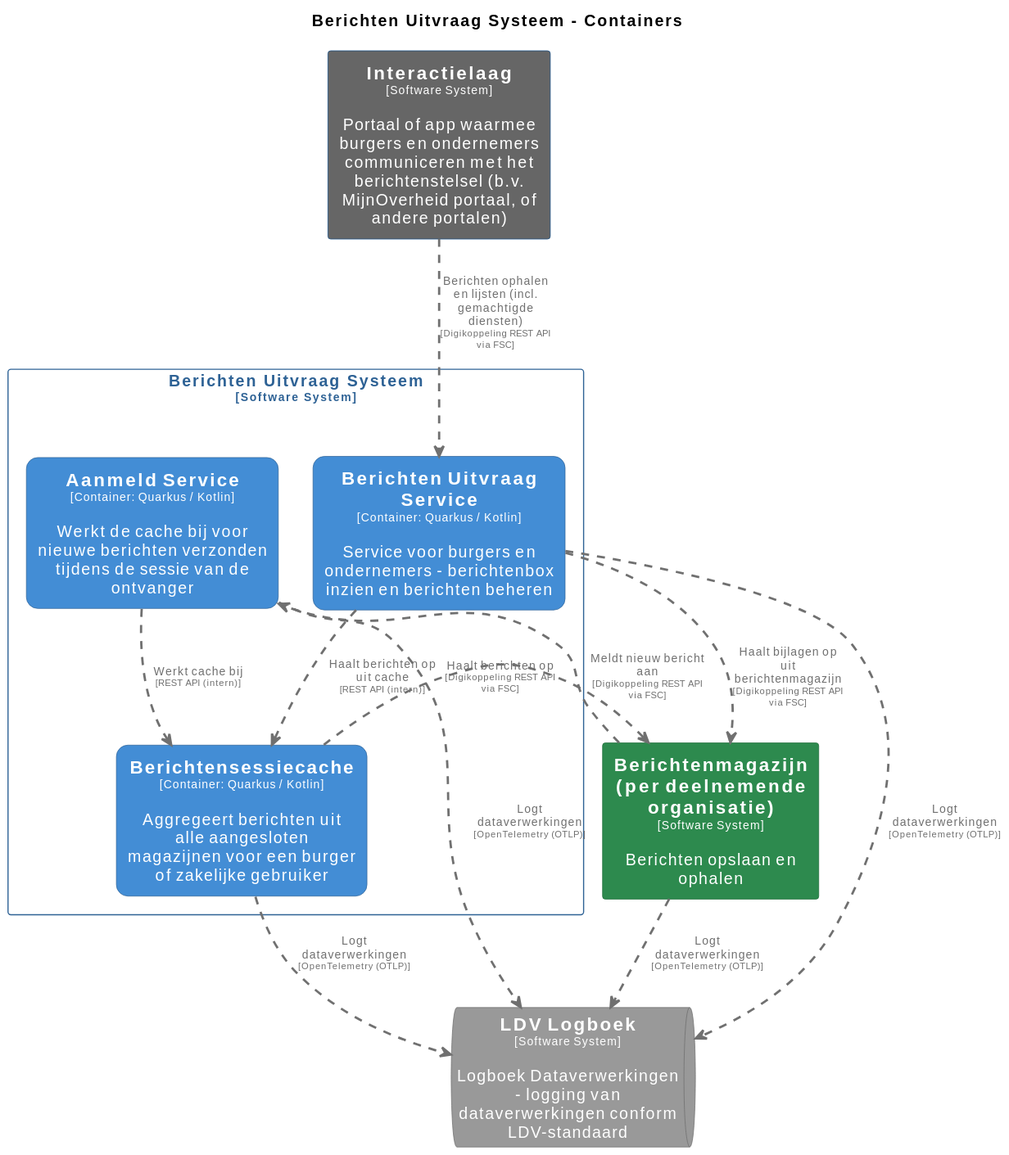
The PlantUML diagram pr-preview/pr-22/master/svg/BerichtenUitvraagSysteemContainers.svg in MinBZK/moza-poc-fbs-berichtenbox, before a commit. Its source is kept beside it as pr-preview/pr-22/master/puml/BerichtenUitvraagSysteemContainers.puml. Source of this version:
```plantuml
@startuml
set separator none
title Berichten Uitvraag Systeem - Containers

top to bottom direction
skinparam ranksep 60
skinparam nodesep 30

skinparam {
  arrowFontSize 10
  defaultTextAlignment center
  wrapWidth 200
  maxMessageSize 100
}

hide stereotype

skinparam rectangle<<BerichtenUitvraagSysteem.AanmeldService>> {
  BackgroundColor #438dd5
  FontColor #ffffff
  BorderColor #2e6295
  roundCorner 20
  shadowing false
}
skinparam rectangle<<BerichtenUitvraagSysteem.BerichtenUitvraagService>> {
  BackgroundColor #438dd5
  FontColor #ffffff
  BorderColor #2e6295
  roundCorner 20
  shadowing false
}
skinparam rectangle<<Berichtenmagazijnperdeelnemendeorganisatie>> {
  BackgroundColor #2d8a4e
  FontColor #ffffff
  BorderColor #1e6b38
  shadowing false
}
skinparam rectangle<<BerichtenUitvraagSysteem.Berichtensessiecache>> {
  BackgroundColor #438dd5
  FontColor #ffffff
  BorderColor #2e6295
  roundCorner 20
  shadowing false
}
skinparam rectangle<<Interactielaag>> {
  BackgroundColor #666666
  FontColor #ffffff
  BorderColor #0b4884
  shadowing false
}
skinparam queue<<LDVLogboek>> {
  BackgroundColor #999999
  FontColor #ffffff
  BorderColor #6b6b6b
  shadowing false
}
skinparam rectangle<<BerichtenUitvraagSysteem>> {
  BorderColor #2e6295
  FontColor #2e6295
  shadowing false
}

rectangle "==Interactielaag\n<size:10>[Software System]</size>\n\nPortaal of app waarmee burgers en ondernemers communiceren met het berichtenstelsel (b.v. MijnOverheid portaal, of andere portalen)" <<Interactielaag>> as Interactielaag
rectangle "==Berichtenmagazijn (per deelnemende organisatie)\n<size:10>[Software System]</size>\n\nBerichten opslaan en ophalen" <<Berichtenmagazijnperdeelnemendeorganisatie>> as Berichtenmagazijnperdeelnemendeorganisatie
queue "==LDV Logboek\n<size:10>[Software System]</size>\n\nLogboek Dataverwerkingen - logging van dataverwerkingen conform LDV-standaard" <<LDVLogboek>> as LDVLogboek

rectangle "Berichten Uitvraag Systeem\n<size:10>[Software System]</size>" <<BerichtenUitvraagSysteem>> {
  rectangle "==Berichtensessiecache\n<size:10>[Container: Quarkus / Kotlin]</size>\n\nAggregeert berichten uit alle aangesloten magazijnen voor een burger of zakelijke gebruiker" <<BerichtenUitvraagSysteem.Berichtensessiecache>> as BerichtenUitvraagSysteem.Berichtensessiecache
  rectangle "==Berichten Uitvraag Service\n<size:10>[Container: Quarkus / Kotlin]</size>\n\nService voor burgers en ondernemers - berichtenbox inzien en berichten beheren" <<BerichtenUitvraagSysteem.BerichtenUitvraagService>> as BerichtenUitvraagSysteem.BerichtenUitvraagService
  rectangle "==Aanmeld Service\n<size:10>[Container: Quarkus / Kotlin]</size>\n\nWerkt de cache bij voor nieuwe berichten verzonden tijdens de sessie van de ontvanger" <<BerichtenUitvraagSysteem.AanmeldService>> as BerichtenUitvraagSysteem.AanmeldService
}

Berichtenmagazijnperdeelnemendeorganisatie .[#707070,thickness=2].> LDVLogboek : "<color:#707070>Logt dataverwerkingen\n<color:#707070><size:8>[OpenTelemetry (OTLP)]</size>"
BerichtenUitvraagSysteem.Berichtensessiecache .[#707070,thickness=2].> LDVLogboek : "<color:#707070>Logt dataverwerkingen\n<color:#707070><size:8>[OpenTelemetry (OTLP)]</size>"
BerichtenUitvraagSysteem.AanmeldService .[#707070,thickness=2].> LDVLogboek : "<color:#707070>Logt dataverwerkingen\n<color:#707070><size:8>[OpenTelemetry (OTLP)]</size>"
BerichtenUitvraagSysteem.BerichtenUitvraagService .[#707070,thickness=2].> LDVLogboek : "<color:#707070>Logt dataverwerkingen\n<color:#707070><size:8>[OpenTelemetry (OTLP)]</size>"
BerichtenUitvraagSysteem.AanmeldService .[#707070,thickness=2].> BerichtenUitvraagSysteem.Berichtensessiecache : "<color:#707070>Werkt cache bij\n<color:#707070><size:8>[REST API (intern)]</size>"
BerichtenUitvraagSysteem.BerichtenUitvraagService .[#707070,thickness=2].> BerichtenUitvraagSysteem.Berichtensessiecache : "<color:#707070>Haalt berichten op uit cache\n<color:#707070><size:8>[REST API (intern)]</size>"
Interactielaag .[#707070,thickness=2].> BerichtenUitvraagSysteem.BerichtenUitvraagService : "<color:#707070>Berichten ophalen en lijsten (incl. gemachtigde diensten)\n<color:#707070><size:8>[Digikoppeling REST API via FSC]</size>"
BerichtenUitvraagSysteem.BerichtenUitvraagService .[#707070,thickness=2].> Berichtenmagazijnperdeelnemendeorganisatie : "<color:#707070>Haalt bijlagen op uit berichtenmagazijn\n<color:#707070><size:8>[Digikoppeling REST API via FSC]</size>"
Berichtenmagazijnperdeelnemendeorganisatie .[#707070,thickness=2].> BerichtenUitvraagSysteem.AanmeldService : "<color:#707070>Meldt nieuw bericht aan\n<color:#707070><size:8>[Digikoppeling REST API via FSC]</size>"
BerichtenUitvraagSysteem.Berichtensessiecache .[#707070,thickness=2].> Berichtenmagazijnperdeelnemendeorganisatie : "<color:#707070>Haalt berichten op\n<color:#707070><size:8>[Digikoppeling REST API via FSC]</size>"
@enduml
```
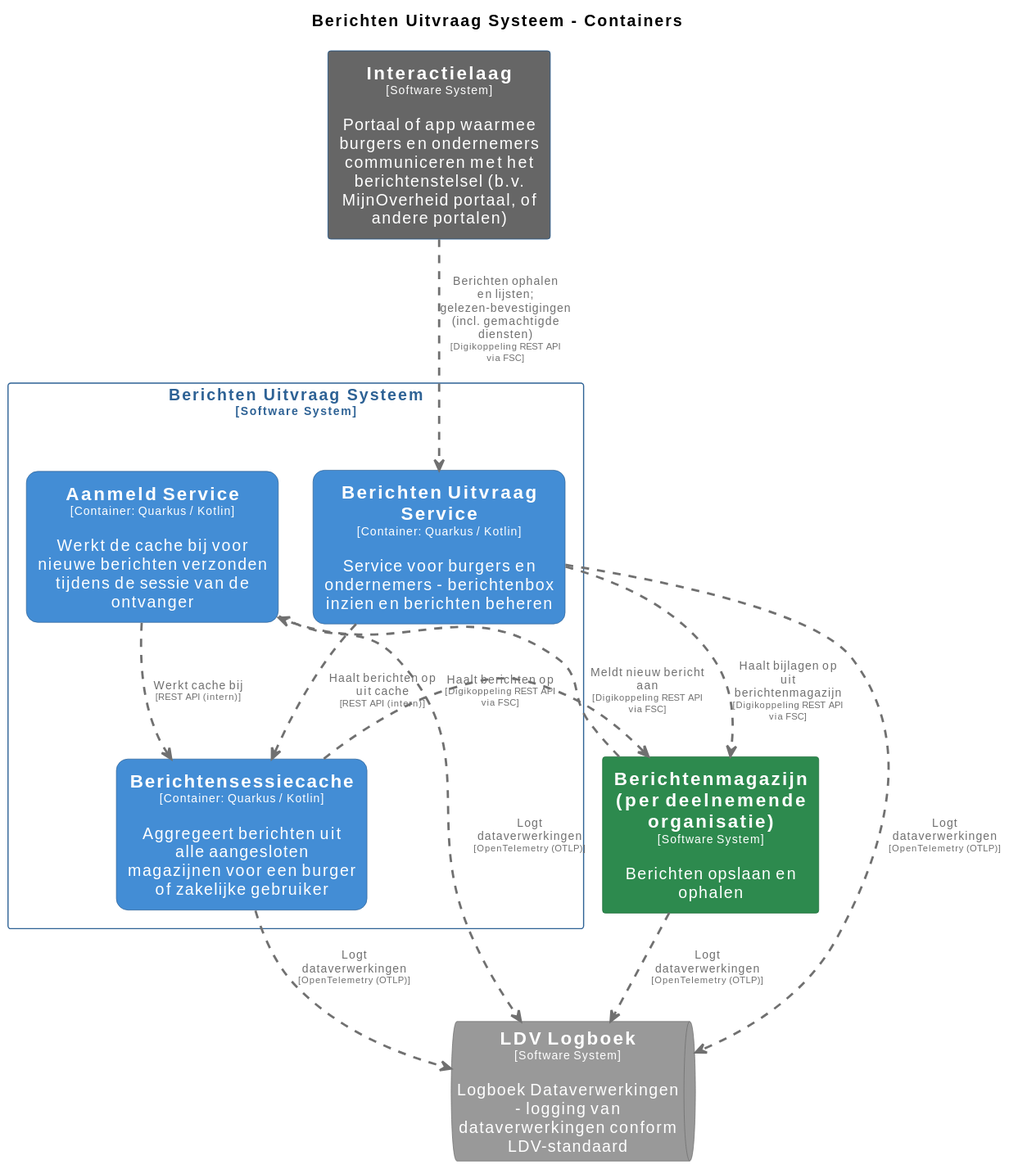
Later version of the same file.

The edit, as a diff of the source:
```diff
@@ -76,7 +76,7 @@
 BerichtenUitvraagSysteem.BerichtenUitvraagService .[#707070,thickness=2].> LDVLogboek : "<color:#707070>Logt dataverwerkingen\n<color:#707070><size:8>[OpenTelemetry (OTLP)]</size>"
 BerichtenUitvraagSysteem.AanmeldService .[#707070,thickness=2].> BerichtenUitvraagSysteem.Berichtensessiecache : "<color:#707070>Werkt cache bij\n<color:#707070><size:8>[REST API (intern)]</size>"
 BerichtenUitvraagSysteem.BerichtenUitvraagService .[#707070,thickness=2].> BerichtenUitvraagSysteem.Berichtensessiecache : "<color:#707070>Haalt berichten op uit cache\n<color:#707070><size:8>[REST API (intern)]</size>"
-Interactielaag .[#707070,thickness=2].> BerichtenUitvraagSysteem.BerichtenUitvraagService : "<color:#707070>Berichten ophalen en lijsten (incl. gemachtigde diensten)\n<color:#707070><size:8>[Digikoppeling REST API via FSC]</size>"
+Interactielaag .[#707070,thickness=2].> BerichtenUitvraagSysteem.BerichtenUitvraagService : "<color:#707070>Berichten ophalen en lijsten; gelezen-bevestigingen (incl. gemachtigde diensten)\n<color:#707070><size:8>[Digikoppeling REST API via FSC]</size>"
 BerichtenUitvraagSysteem.BerichtenUitvraagService .[#707070,thickness=2].> Berichtenmagazijnperdeelnemendeorganisatie : "<color:#707070>Haalt bijlagen op uit berichtenmagazijn\n<color:#707070><size:8>[Digikoppeling REST API via FSC]</size>"
 Berichtenmagazijnperdeelnemendeorganisatie .[#707070,thickness=2].> BerichtenUitvraagSysteem.AanmeldService : "<color:#707070>Meldt nieuw bericht aan\n<color:#707070><size:8>[Digikoppeling REST API via FSC]</size>"
 BerichtenUitvraagSysteem.Berichtensessiecache .[#707070,thickness=2].> Berichtenmagazijnperdeelnemendeorganisatie : "<color:#707070>Haalt berichten op\n<color:#707070><size:8>[Digikoppeling REST API via FSC]</size>"
```
